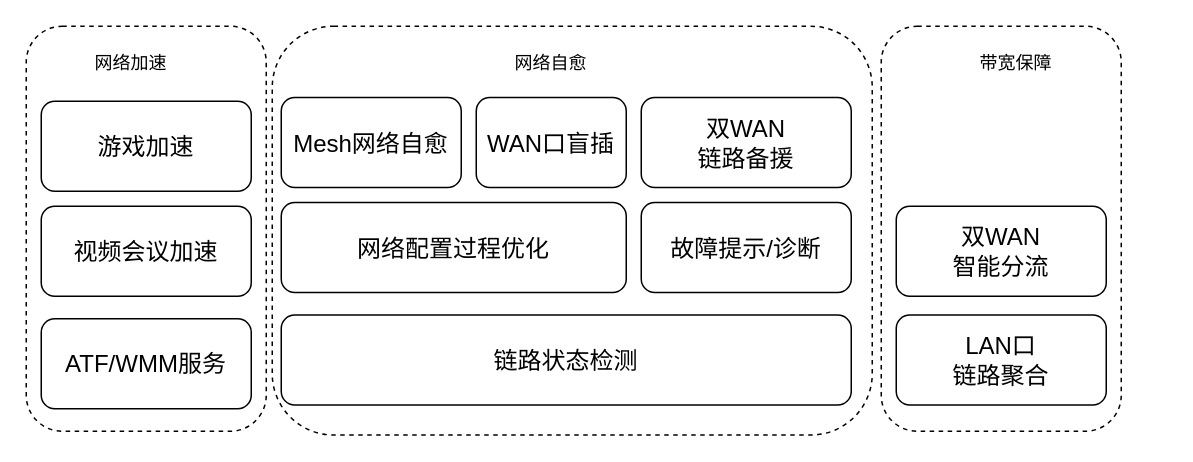
Before: page "总体" (3 of 8) of ATF_WMM.drawio in xdutaotao/draw.io, a draw.io diagram. Source tidied: cells renumbered, new cells numbered last; positions are measured from the earlier drawing's top-left corner, leaving out a move shared by most shapes. Both pictures are drawn from the tidied source at 150%, with x=0, y=0 at pixel (26, 26).
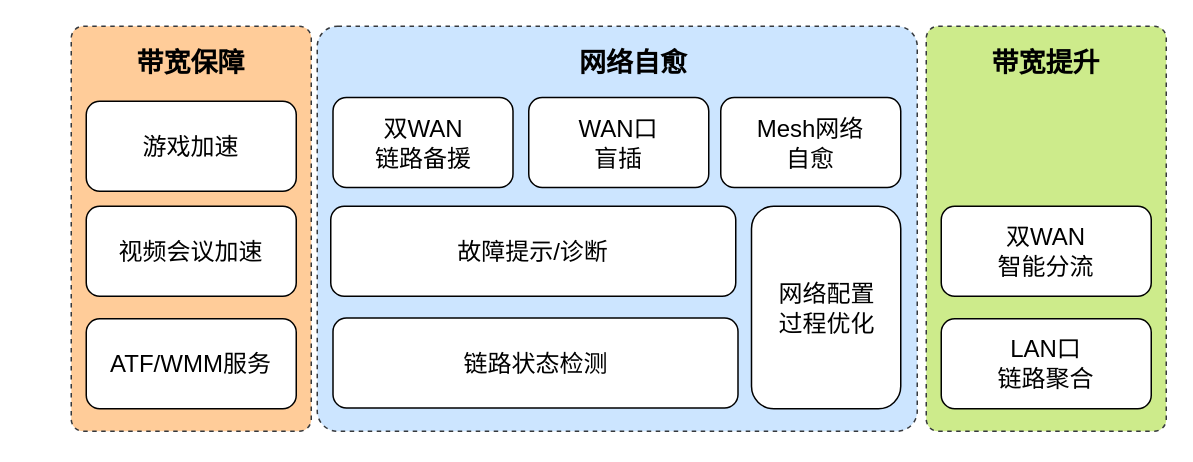
The same page after the edit.

What changed in the source:
```diff
@@
 <mxGraphModel>
   <root>
     <mxCell id="0" />
     <mxCell id="1" parent="0" />
-    <mxCell id="2" style="rounded=1;whiteSpace=wrap;html=1;fontSize=16;dashed=1;" parent="1" vertex="1">
-      <mxGeometry x="570" width="160" height="270" as="geometry" />
+    <mxCell id="2" style="rounded=1;whiteSpace=wrap;html=1;fontSize=16;dashed=1;fillColor=#cdeb8b;strokeColor=#36393d;arcSize=5;" parent="1" vertex="1">
+      <mxGeometry x="600" width="160" height="270" as="geometry" />
     </mxCell>
-    <mxCell id="3" style="rounded=1;whiteSpace=wrap;html=1;fontSize=16;dashed=1;" parent="1" vertex="1">
-      <mxGeometry x="164" width="400" height="272.5" as="geometry" />
+    <mxCell id="3" style="rounded=1;whiteSpace=wrap;html=1;fontSize=16;dashed=1;fillColor=#cce5ff;strokeColor=#36393d;arcSize=5;" parent="1" vertex="1">
+      <mxGeometry x="194" width="400" height="270" as="geometry" />
     </mxCell>
-    <mxCell id="4" style="rounded=1;whiteSpace=wrap;html=1;fontSize=16;dashed=1;" parent="1" vertex="1">
-      <mxGeometry width="160" height="270" as="geometry" />
+    <mxCell id="4" style="rounded=1;whiteSpace=wrap;html=1;fontSize=16;dashed=1;fillColor=#ffcc99;strokeColor=#36393d;arcSize=5;" parent="1" vertex="1">
+      <mxGeometry x="30" width="160" height="270" as="geometry" />
     </mxCell>
     <mxCell id="5" value="链路状态检测" style="rounded=1;whiteSpace=wrap;html=1;fontSize=16;" parent="1" vertex="1">
-      <mxGeometry x="170" y="192.5" width="380" height="60" as="geometry" />
+      <mxGeometry x="204.5" y="194.5" width="270" height="60" as="geometry" />
     </mxCell>
-    <mxCell id="6" value="网络配置过程优化" style="rounded=1;whiteSpace=wrap;html=1;fontSize=16;" parent="1" vertex="1">
-      <mxGeometry x="170" y="117.5" width="230" height="60" as="geometry" />
+    <mxCell id="6" value="网络配置&lt;br&gt;过程优化" style="rounded=1;whiteSpace=wrap;html=1;fontSize=16;" parent="1" vertex="1">
+      <mxGeometry x="483.5" y="120" width="99.5" height="135" as="geometry" />
     </mxCell>
-    <mxCell id="7" value="Mesh网络自愈" style="rounded=1;whiteSpace=wrap;html=1;fontSize=16;" parent="1" vertex="1">
-      <mxGeometry x="170" y="47.5" width="120" height="60" as="geometry" />
+    <mxCell id="7" value="Mesh网络&lt;br&gt;自愈" style="rounded=1;whiteSpace=wrap;html=1;fontSize=16;" parent="1" vertex="1">
+      <mxGeometry x="463" y="47.5" width="120" height="60" as="geometry" />
     </mxCell>
-    <mxCell id="8" value="WAN口盲插" style="rounded=1;whiteSpace=wrap;html=1;fontSize=16;" parent="1" vertex="1">
-      <mxGeometry x="300" y="47.5" width="100" height="60" as="geometry" />
+    <mxCell id="8" value="WAN口&lt;br&gt;盲插" style="rounded=1;whiteSpace=wrap;html=1;fontSize=16;" parent="1" vertex="1">
+      <mxGeometry x="335" y="47.5" width="120" height="60" as="geometry" />
     </mxCell>
     <mxCell id="9" value="故障提示/诊断" style="rounded=1;whiteSpace=wrap;html=1;fontSize=16;" parent="1" vertex="1">
-      <mxGeometry x="410" y="117.5" width="140" height="60" as="geometry" />
+      <mxGeometry x="203" y="120" width="270" height="60" as="geometry" />
     </mxCell>
     <mxCell id="10" value="双WAN&lt;br&gt;链路备援" style="rounded=1;whiteSpace=wrap;html=1;fontSize=16;" parent="1" vertex="1">
-      <mxGeometry x="410" y="47.5" width="140" height="60" as="geometry" />
+      <mxGeometry x="204.5" y="47.5" width="120" height="60" as="geometry" />
     </mxCell>
     <mxCell id="11" value="双WAN&lt;br&gt;智能分流" style="rounded=1;whiteSpace=wrap;html=1;fontSize=16;" parent="1" vertex="1">
-      <mxGeometry x="580" y="120" width="140" height="60" as="geometry" />
+      <mxGeometry x="610" y="120" width="140" height="60" as="geometry" />
     </mxCell>
     <mxCell id="12" value="LAN口&lt;br&gt;链路聚合" style="rounded=1;whiteSpace=wrap;html=1;fontSize=16;" parent="1" vertex="1">
-      <mxGeometry x="580" y="192.5" width="140" height="60" as="geometry" />
+      <mxGeometry x="610" y="195" width="140" height="60" as="geometry" />
     </mxCell>
     <mxCell id="13" value="游戏加速" style="rounded=1;whiteSpace=wrap;html=1;fontSize=16;" parent="1" vertex="1">
-      <mxGeometry x="10" y="50" width="140" height="60" as="geometry" />
+      <mxGeometry x="40" y="50" width="140" height="60" as="geometry" />
     </mxCell>
     <mxCell id="14" value="视频会议加速" style="rounded=1;whiteSpace=wrap;html=1;fontSize=16;" parent="1" vertex="1">
-      <mxGeometry x="10" y="120" width="140" height="60" as="geometry" />
+      <mxGeometry x="40" y="120" width="140" height="60" as="geometry" />
     </mxCell>
     <mxCell id="15" value="ATF/WMM服务" style="rounded=1;whiteSpace=wrap;html=1;fontSize=16;" parent="1" vertex="1">
-      <mxGeometry x="10" y="195" width="140" height="60" as="geometry" />
+      <mxGeometry x="40" y="195" width="140" height="60" as="geometry" />
     </mxCell>
-    <mxCell id="16" value="网络加速" style="text;html=1;strokeColor=none;fillColor=none;align=center;verticalAlign=middle;whiteSpace=wrap;rounded=0;" parent="1" vertex="1">
-      <mxGeometry x="40" y="10" width="60" height="30" as="geometry" />
+    <mxCell id="16" value="带宽保障" style="text;html=1;strokeColor=none;fillColor=none;align=center;verticalAlign=middle;whiteSpace=wrap;rounded=0;fontSize=18;fontStyle=1;" parent="1" vertex="1">
+      <mxGeometry x="70" y="10" width="80" height="30" as="geometry" />
     </mxCell>
-    <mxCell id="17" value="网络自愈" style="text;html=1;strokeColor=none;fillColor=none;align=center;verticalAlign=middle;whiteSpace=wrap;rounded=0;" parent="1" vertex="1">
-      <mxGeometry x="320" y="10" width="60" height="30" as="geometry" />
+    <mxCell id="17" value="网络自愈" style="text;html=1;strokeColor=none;fillColor=none;align=center;verticalAlign=middle;whiteSpace=wrap;rounded=0;fontSize=18;fontStyle=1;" parent="1" vertex="1">
+      <mxGeometry x="360" y="10" width="90" height="30" as="geometry" />
     </mxCell>
-    <mxCell id="18" value="带宽保障" style="text;html=1;strokeColor=none;fillColor=none;align=center;verticalAlign=middle;whiteSpace=wrap;rounded=0;" parent="1" vertex="1">
-      <mxGeometry x="630" y="10" width="60" height="30" as="geometry" />
+    <mxCell id="18" value="带宽提升" style="text;html=1;strokeColor=none;fillColor=none;align=center;verticalAlign=middle;whiteSpace=wrap;rounded=0;fontSize=18;fontStyle=1;" parent="1" vertex="1">
+      <mxGeometry x="640" y="10" width="80" height="30" as="geometry" />
     </mxCell>
   </root>
 </mxGraphModel>
```
